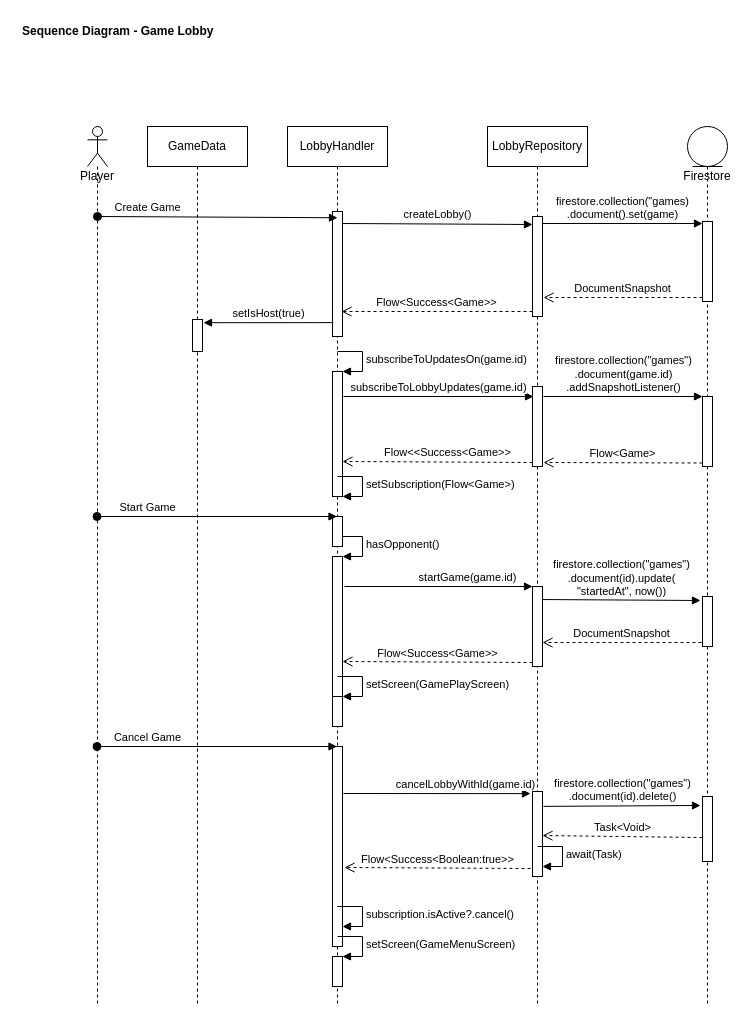
Above: page "Create Game" (1 of 4) of beardblaster_lobby_sequence.drawio in gullskatten/BPMN-models (draw.io), before the change. Source tidied: cells renumbered, new cells numbered last; positions are measured from the earlier drawing's top-left corner, leaving out a move shared by most shapes. Both pictures are drawn from the tidied source at 100%, with x=0, y=0 at pixel (17, 17).
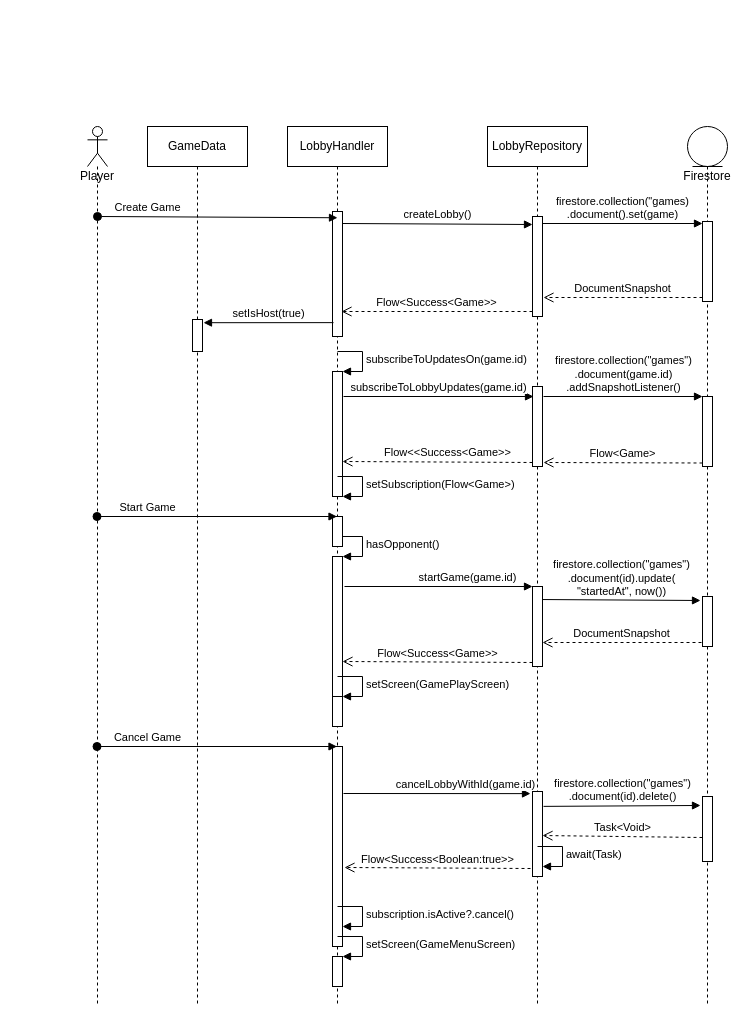
After the change.

The edit, as a diff of the source:
```diff
@@
-    <mxCell id="2" value="Sequence Diagram - Game Lobby" style="text;align=left;fontStyle=1;verticalAlign=middle;spacingLeft=3;spacingRight=3;strokeColor=none;" parent="1" vertex="1">
-      <mxGeometry width="230" height="26" as="geometry" />
-    </mxCell>
```
